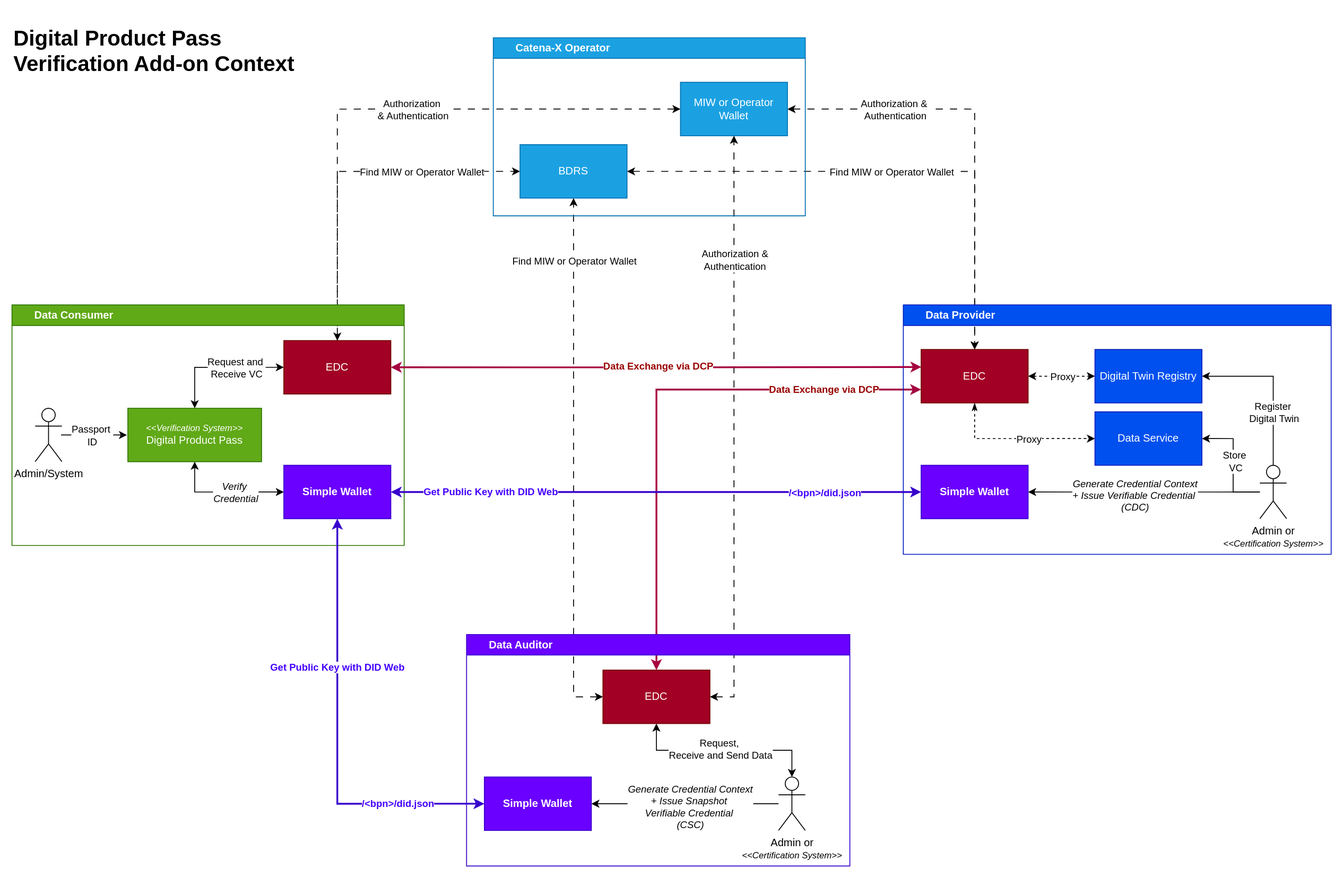
Earlier version of the draw.io export dpp-verification/resources/implementation/context-diagram.svg (eclipse-tractusx/digital-product-pass). Source tidied: cells renumbered, new cells last; positions are measured from the earlier drawing's top-left corner, leaving out a move shared by most shapes.
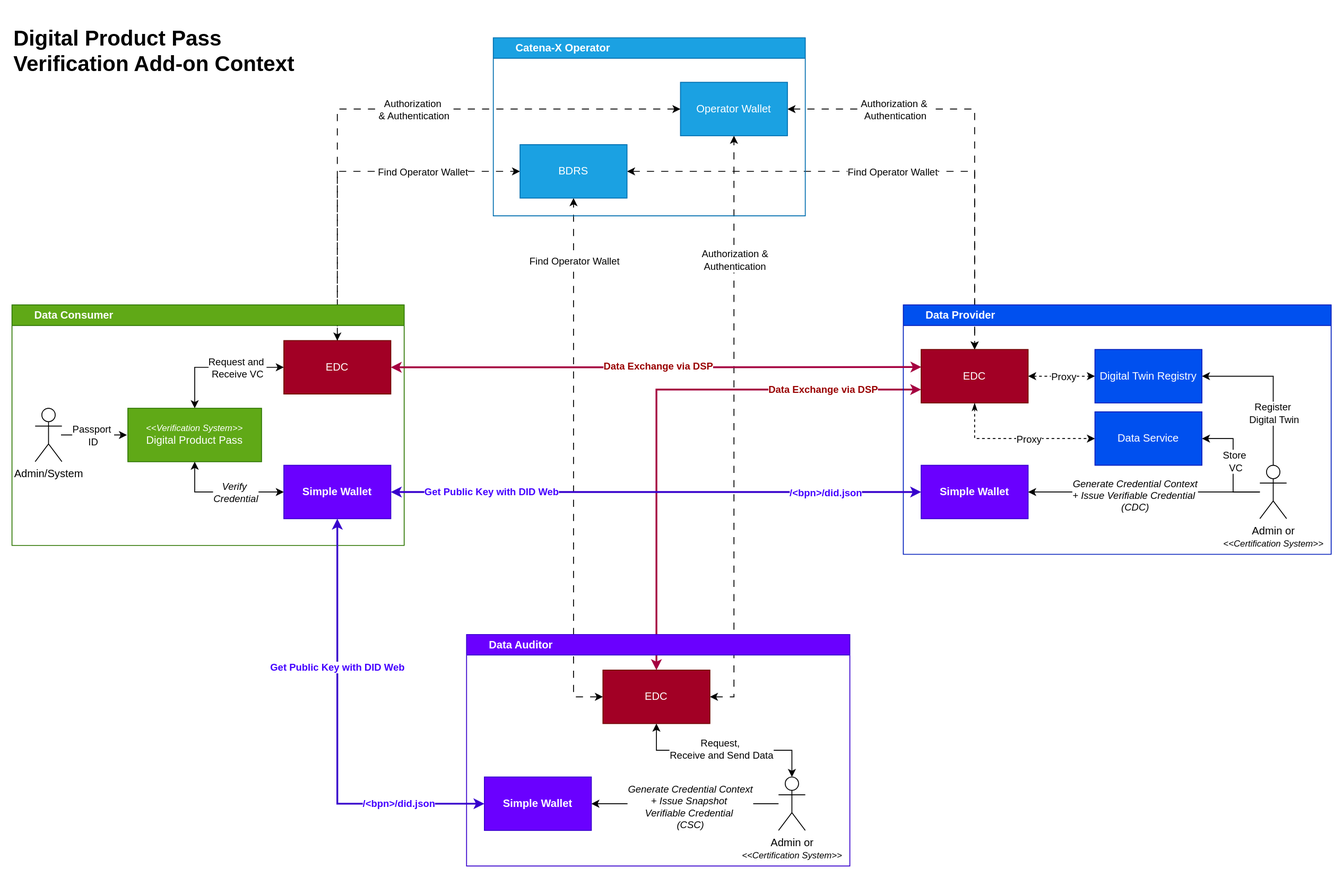
Later version of the same file.

Commit message:
fix(typo): renamed diagram incorrect protocol from dcp to dsp

Diff of the diagram source:
```diff
@@ -13,7 +13,7 @@
     <mxCell id="4" style="edgeStyle=orthogonalEdgeStyle;rounded=0;jettySize=auto;html=1;exitX=1;exitY=0.5;exitDx=0;exitDy=0;entryX=0.5;entryY=0;entryDx=0;entryDy=0;dashed=1;dashPattern=8 8;startArrow=classic;startFill=1;" parent="1" edge="1" source="46" target="36">
       <mxGeometry relative="1" as="geometry" />
     </mxCell>
-    <mxCell id="5" value="Find MIW or Operator Wallet" style="edgeLabel;html=1;align=center;verticalAlign=middle;" parent="4" vertex="1">
+    <mxCell id="5" value="Find Operator Wallet" style="edgeLabel;html=1;align=center;verticalAlign=middle;" parent="4" vertex="1">
       <mxGeometry x="-0.45" relative="1" as="geometry">
         <mxPoint x="133" as="offset" />
       </mxGeometry>
@@ -29,7 +29,7 @@
     <mxCell id="8" style="edgeStyle=orthogonalEdgeStyle;rounded=0;jettySize=auto;html=1;exitX=0.5;exitY=0;exitDx=0;exitDy=0;entryX=0;entryY=0.5;entryDx=0;entryDy=0;dashed=1;dashPattern=8 8;" parent="1" edge="1" source="25" target="46">
       <mxGeometry relative="1" as="geometry" />
     </mxCell>
-    <mxCell id="9" value="Find MIW or Operator Wallet" style="edgeLabel;html=1;align=center;verticalAlign=middle;" parent="8" vertex="1">
+    <mxCell id="9" value="Find Operator Wallet" style="edgeLabel;html=1;align=center;verticalAlign=middle;" parent="8" vertex="1">
       <mxGeometry y="3" relative="1" as="geometry">
         <mxPoint x="88" y="3" as="offset" />
       </mxGeometry>
@@ -41,7 +41,7 @@
         </Array>
       </mxGeometry>
     </mxCell>
-    <mxCell id="11" value="Find MIW or Operator Wallet" style="edgeLabel;html=1;align=center;verticalAlign=middle;" parent="10" vertex="1">
+    <mxCell id="11" value="Find Operator Wallet" style="edgeLabel;html=1;align=center;verticalAlign=middle;" parent="10" vertex="1">
       <mxGeometry x="-0.51" relative="1" as="geometry">
         <mxPoint y="-377" as="offset" />
       </mxGeometry>
@@ -175,7 +175,7 @@
     <mxCell id="42" style="edgeStyle=orthogonalEdgeStyle;rounded=0;jettySize=auto;html=1;exitX=1;exitY=0.5;exitDx=0;exitDy=0;startArrow=classic;startFill=1;strokeWidth=2;fillColor=#d80073;strokeColor=#A50040;entryX=0.002;entryY=0.328;entryDx=0;entryDy=0;entryPerimeter=0;" parent="1" edge="1" source="25" target="36">
       <mxGeometry relative="1" as="geometry" />
     </mxCell>
-    <mxCell id="43" value="&lt;b style=&quot;&quot;&gt;&lt;font color=&quot;#990000&quot;&gt;Data Exchange via DCP&lt;/font&gt;&lt;/b&gt;" style="edgeLabel;html=1;align=center;verticalAlign=middle;" parent="42" vertex="1">
+    <mxCell id="43" value="&lt;b style=&quot;&quot;&gt;&lt;font color=&quot;#990000&quot;&gt;Data Exchange via DSP&lt;/font&gt;&lt;/b&gt;" style="edgeLabel;html=1;align=center;verticalAlign=middle;" parent="42" vertex="1">
       <mxGeometry x="0.06" y="2" relative="1" as="geometry">
         <mxPoint x="-17" y="1" as="offset" />
       </mxGeometry>
@@ -183,7 +183,7 @@
     <mxCell id="44" value="&amp;nbsp; &amp;nbsp; &amp;nbsp; &amp;nbsp;Catena-X Operator" style="swimlane;whiteSpace=wrap;html=1;align=left;fillColor=#1ba1e2;fontColor=#ffffff;strokeColor=#006EAF;" parent="1" vertex="1">
       <mxGeometry x="540" width="350" height="200" as="geometry" />
     </mxCell>
-    <mxCell id="45" value="MIW or Operator Wallet" style="rounded=0;whiteSpace=wrap;html=1;fillColor=#1ba1e2;fontColor=#ffffff;strokeColor=#006EAF;" parent="44" vertex="1">
+    <mxCell id="45" value="Operator Wallet" style="rounded=0;whiteSpace=wrap;html=1;fillColor=#1ba1e2;fontColor=#ffffff;strokeColor=#006EAF;" parent="44" vertex="1">
       <mxGeometry x="210" y="50" width="120" height="60" as="geometry" />
     </mxCell>
     <mxCell id="46" value="BDRS" style="rounded=0;whiteSpace=wrap;html=1;fillColor=#1ba1e2;fontColor=#ffffff;strokeColor=#006EAF;" parent="44" vertex="1">
@@ -244,7 +244,7 @@
     <mxCell id="61" value="&lt;h1&gt;&lt;b&gt;Digital Product Pass Verification Add-on Context&lt;/b&gt;&lt;/h1&gt;" style="text;html=1;align=left;verticalAlign=middle;whiteSpace=wrap;rounded=0;" parent="1" vertex="1">
       <mxGeometry width="370" height="30" as="geometry" />
     </mxCell>
-    <mxCell id="62" value="&lt;b style=&quot;&quot;&gt;&lt;font color=&quot;#990000&quot;&gt;Data Exchange via DCP&lt;/font&gt;&lt;/b&gt;" style="edgeLabel;html=1;align=center;verticalAlign=middle;" parent="1" vertex="1">
+    <mxCell id="62" value="&lt;b style=&quot;&quot;&gt;&lt;font color=&quot;#990000&quot;&gt;Data Exchange via DSP&lt;/font&gt;&lt;/b&gt;" style="edgeLabel;html=1;align=center;verticalAlign=middle;" parent="1" vertex="1">
       <mxGeometry x="910" y="394" as="geometry" />
     </mxCell>
   </root>
```
